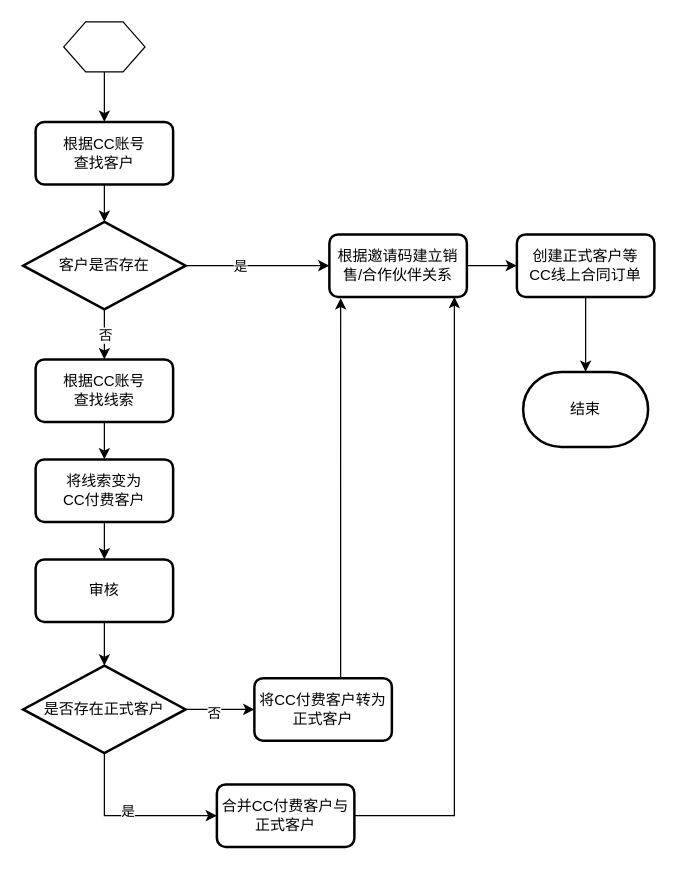
easefulfil/CLOUDCARE keeps this draw.io diagram as page "CC敏捷版协议同步Shrine流程" (2 of 2) of shrine-doc/Untitled Diagram.drawio. Above is the earlier version. Source tidied: cells renumbered, new cells numbered last; positions are measured from the earlier drawing's top-left corner, leaving out a move shared by most shapes. Both pictures are drawn from the tidied source at 125%, with x=0, y=0 at pixel (22, 21).
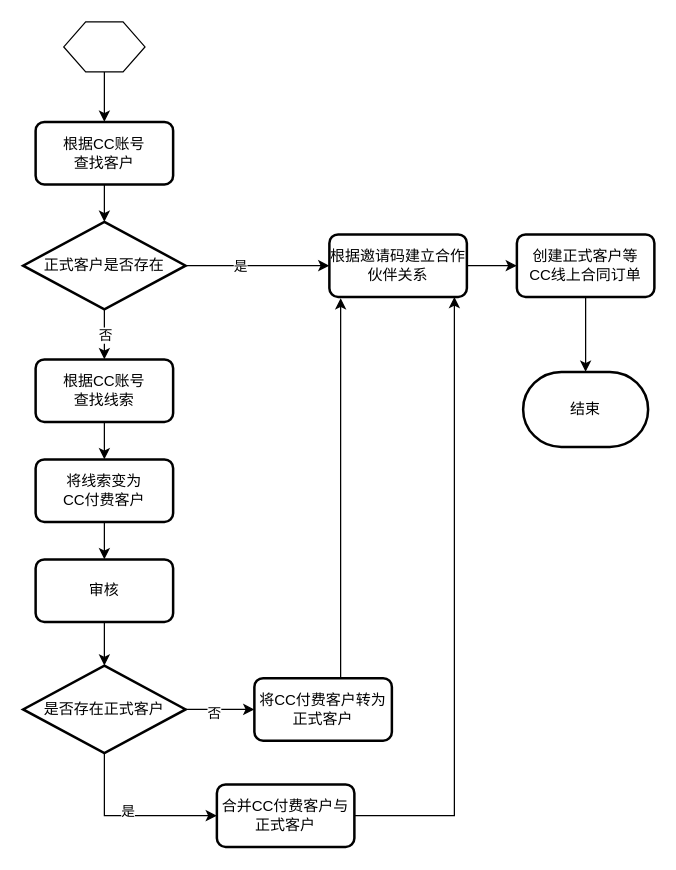
After the change.

Diff of the diagram source:
```diff
@@
-    <mxCell id="10" value="客户是否存在" style="strokeWidth=2;html=1;shape=mxgraph.flowchart.decision;whiteSpace=wrap;" parent="1" vertex="1">
+    <mxCell id="10" value="正式客户是否存在" style="strokeWidth=2;html=1;shape=mxgraph.flowchart.decision;whiteSpace=wrap;" parent="1" vertex="1">
       <mxGeometry y="160" width="130" height="70" as="geometry" />
     </mxCell>
@@
-    <mxCell id="24" value="根据邀请码建立销售/合作伙伴关系" style="rounded=1;whiteSpace=wrap;html=1;absoluteArcSize=1;arcSize=14;strokeWidth=2;" parent="1" vertex="1">
+    <mxCell id="24" value="根据邀请码建立合作伙伴关系" style="rounded=1;whiteSpace=wrap;html=1;absoluteArcSize=1;arcSize=14;strokeWidth=2;" parent="1" vertex="1">
       <mxGeometry x="245" y="170" width="110" height="50" as="geometry" />
     </mxCell>
```
